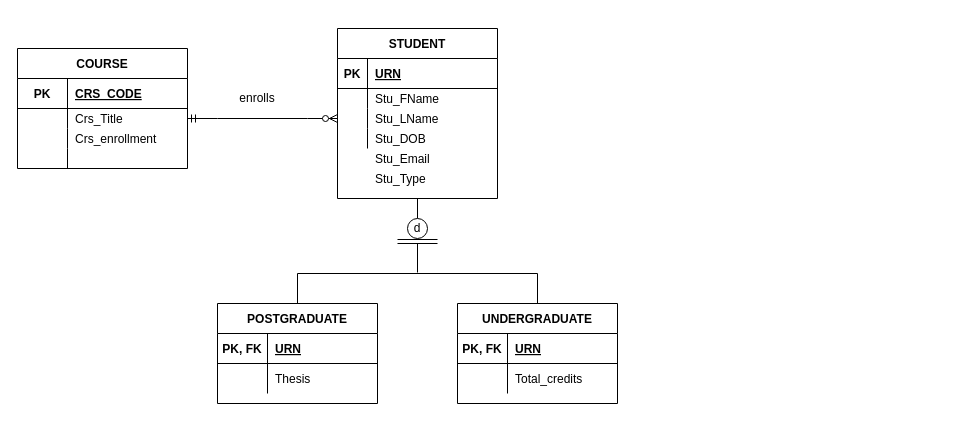
This is coursework-EERD.drawio from Fin-JNINJA/webdatabasechristmas, a draw.io file, before an edit. Source tidied: cells renumbered, new cells numbered last; positions are measured from the earlier drawing's top-left corner, leaving out a move shared by most shapes. Both pictures are drawn from the tidied source at 100%, with x=0, y=0 at pixel (17, 28).
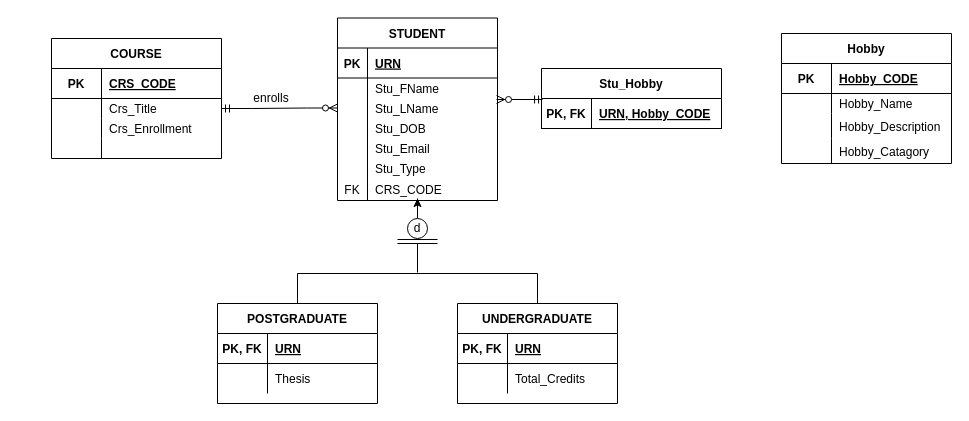
Above is the later version.

The change refers to these unchanged cells:
```xml
<mxCell id="9" style="shape=partialRectangle;fillColor=none;points=[[0,0.5],[1,0.5]];portConstraint=eastwest;top=0;left=0;right=0;bottom=0;" parent="2" vertex="1">
  <mxGeometry y="80" width="160" height="20" as="geometry" />
</mxCell>
<mxCell id="12" style="shape=partialRectangle;fillColor=none;top=0;left=0;right=0;bottom=0;" parent="2" vertex="1">
  <mxGeometry y="100" width="160" height="20" as="geometry" />
</mxCell>
<mxCell id="26" style="shape=partialRectangle;fillColor=none;top=0;left=0;right=0;bottom=0;" parent="22" vertex="1">
  <mxGeometry y="60" width="160" height="30" as="geometry" />
</mxCell>
<mxCell id="49" style="shape=partialRectangle;fillColor=none;top=0;left=0;right=0;bottom=0;" parent="42" vertex="1">
  <mxGeometry y="80" width="170" height="20" as="geometry" />
</mxCell>
```

Change to the diagram source:
```diff
@@
+    <mxCell id="58" style="edgeStyle=orthogonalEdgeStyle;rounded=0;jettySize=auto;html=1;exitX=0.5;exitY=1;exitDx=0;exitDy=0;" parent="1" edge="1" source="2">
+      <mxGeometry relative="1" as="geometry">
+        <mxPoint x="400" y="170" as="targetPoint" />
+      </mxGeometry>
+    </mxCell>
     <mxCell id="2" value="STUDENT" style="shape=table;startSize=30;childLayout=tableLayout;rowLines=0;fontStyle=1;align=center;" parent="1" vertex="1">
-      <mxGeometry x="320" width="160" height="170" as="geometry" />
+      <mxGeometry x="320" y="-10.5" width="160" height="182.5" as="geometry" />
     </mxCell>
@@
-    <mxCell id="14" style="shape=partialRectangle;overflow=hidden;fillColor=none;top=0;left=0;bottom=0;right=0;align=left;spacingLeft=6;" parent="12" vertex="1">
+    <mxCell id="14" value="Stu_DOB" style="shape=partialRectangle;overflow=hidden;fillColor=none;top=0;left=0;bottom=0;right=0;align=left;spacingLeft=6;" parent="12" vertex="1">
       <mxGeometry x="30" width="130" height="20" as="geometry" />
     </mxCell>
+    <mxCell id="59" style="shape=partialRectangle;fillColor=none;top=0;left=0;right=0;bottom=0;" parent="2" vertex="1">
+      <mxGeometry y="120" width="160" height="20" as="geometry" />
+    </mxCell>
+    <mxCell id="60" style="shape=partialRectangle;overflow=hidden;fillColor=none;top=0;left=0;bottom=0;right=0;" parent="59" vertex="1">
+      <mxGeometry width="30" height="20" as="geometry" />
+    </mxCell>
+    <mxCell id="40" value="Stu_Email" style="shape=partialRectangle;overflow=hidden;fillColor=none;top=0;left=0;bottom=0;right=0;align=left;spacingLeft=6;" parent="59" vertex="1">
+      <mxGeometry x="30" width="130" height="20" as="geometry" />
+    </mxCell>
+    <mxCell id="61" style="shape=partialRectangle;fillColor=none;top=0;left=0;right=0;bottom=0;" parent="2" vertex="1">
+      <mxGeometry y="140" width="160" height="21" as="geometry" />
+    </mxCell>
+    <mxCell id="62" style="shape=partialRectangle;overflow=hidden;fillColor=none;top=0;left=0;bottom=0;right=0;" parent="61" vertex="1">
+      <mxGeometry width="30" height="21" as="geometry" />
+    </mxCell>
+    <mxCell id="41" value="Stu_Type" style="shape=partialRectangle;overflow=hidden;fillColor=none;top=0;left=0;bottom=0;right=0;align=left;spacingLeft=6;" parent="61" vertex="1">
+      <mxGeometry x="30" width="130" height="21" as="geometry" />
+    </mxCell>
+    <mxCell id="63" style="shape=partialRectangle;fillColor=none;top=0;left=0;right=0;bottom=0;" parent="2" vertex="1">
+      <mxGeometry y="161" width="160" height="21" as="geometry" />
+    </mxCell>
+    <mxCell id="64" value="FK" style="shape=partialRectangle;overflow=hidden;fillColor=none;top=0;left=0;bottom=0;right=0;" parent="63" vertex="1">
+      <mxGeometry width="30" height="21" as="geometry" />
+    </mxCell>
+    <mxCell id="65" value="CRS_CODE" style="shape=partialRectangle;overflow=hidden;fillColor=none;top=0;left=0;bottom=0;right=0;align=left;spacingLeft=6;" parent="63" vertex="1">
+      <mxGeometry x="30" width="130" height="21" as="geometry" />
+    </mxCell>
@@
-    <mxCell id="28" value="Total_credits" style="shape=partialRectangle;overflow=hidden;fillColor=none;top=0;left=0;bottom=0;right=0;align=left;spacingLeft=6;" parent="26" vertex="1">
+    <mxCell id="28" value="Total_Credits" style="shape=partialRectangle;overflow=hidden;fillColor=none;top=0;left=0;bottom=0;right=0;align=left;spacingLeft=6;" parent="26" vertex="1">
       <mxGeometry x="50" width="110" height="30" as="geometry" />
     </mxCell>
@@
-    <mxCell id="39" value="Stu_DOB" style="shape=partialRectangle;overflow=hidden;fillColor=none;top=0;left=0;bottom=0;right=0;align=left;spacingLeft=6;" parent="1" vertex="1">
-      <mxGeometry x="350" y="100" width="130" height="20" as="geometry" />
-    </mxCell>
-    <mxCell id="40" value="Stu_Email" style="shape=partialRectangle;overflow=hidden;fillColor=none;top=0;left=0;bottom=0;right=0;align=left;spacingLeft=6;" parent="1" vertex="1">
-      <mxGeometry x="350" y="120" width="130" height="20" as="geometry" />
-    </mxCell>
-    <mxCell id="41" value="Stu_Type" style="shape=partialRectangle;overflow=hidden;fillColor=none;top=0;left=0;bottom=0;right=0;align=left;spacingLeft=6;" parent="1" vertex="1">
-      <mxGeometry x="350" y="140" width="130" height="20" as="geometry" />
-    </mxCell>
     <mxCell id="42" value="COURSE" style="shape=table;startSize=30;childLayout=tableLayout;rowLines=0;fontStyle=1;align=center;" parent="1" vertex="1">
-      <mxGeometry y="20" width="170" height="120" as="geometry" />
+      <mxGeometry x="34" y="10" width="170" height="120" as="geometry" />
     </mxCell>
@@
-    <mxCell id="51" value="Crs_enrollment" style="shape=partialRectangle;overflow=hidden;fillColor=none;top=0;left=0;bottom=0;right=0;align=left;spacingLeft=6;" parent="49" vertex="1">
+    <mxCell id="51" value="Crs_Enrollment" style="shape=partialRectangle;overflow=hidden;fillColor=none;top=0;left=0;bottom=0;right=0;align=left;spacingLeft=6;" parent="49" vertex="1">
       <mxGeometry x="50" width="120" height="20" as="geometry" />
     </mxCell>
@@
     <mxCell id="55" value="enrolls" style="text;html=1;strokeColor=none;fillColor=none;align=center;verticalAlign=middle;whiteSpace=wrap;rounded=0;" parent="1" vertex="1">
-      <mxGeometry x="220" y="60" width="40" height="20" as="geometry" />
+      <mxGeometry x="234" y="60" width="40" height="20" as="geometry" />
     </mxCell>
@@
+    <mxCell id="66" value="Hobby" style="shape=table;startSize=30;childLayout=tableLayout;rowLines=0;fontStyle=1;align=center;" parent="1" vertex="1">
+      <mxGeometry x="764" y="5" width="170" height="130" as="geometry" />
+    </mxCell>
+    <mxCell id="67" style="shape=partialRectangle;fillColor=none;top=0;left=0;right=0;bottom=1;" parent="66" vertex="1">
+      <mxGeometry y="30" width="170" height="30" as="geometry" />
+    </mxCell>
+    <mxCell id="68" value="PK" style="shape=partialRectangle;overflow=hidden;fillColor=none;top=0;left=0;bottom=0;right=0;fontStyle=1;" parent="67" vertex="1">
+      <mxGeometry width="50" height="30" as="geometry" />
+    </mxCell>
+    <mxCell id="69" value="Hobby_CODE" style="shape=partialRectangle;overflow=hidden;fillColor=none;top=0;left=0;bottom=0;right=0;align=left;spacingLeft=6;fontStyle=5;" parent="67" vertex="1">
+      <mxGeometry x="50" width="120" height="30" as="geometry" />
+    </mxCell>
+    <mxCell id="70" style="shape=partialRectangle;fillColor=none;top=0;left=0;right=0;bottom=0;" parent="66" vertex="1">
+      <mxGeometry y="60" width="170" height="20" as="geometry" />
+    </mxCell>
+    <mxCell id="71" style="shape=partialRectangle;overflow=hidden;fillColor=none;top=0;left=0;bottom=0;right=0;" parent="70" vertex="1">
+      <mxGeometry width="50" height="20" as="geometry" />
+    </mxCell>
+    <mxCell id="72" value="Hobby_Name" style="shape=partialRectangle;overflow=hidden;fillColor=none;top=0;left=0;bottom=0;right=0;align=left;spacingLeft=6;" parent="70" vertex="1">
+      <mxGeometry x="50" width="120" height="20" as="geometry" />
+    </mxCell>
+    <mxCell id="73" style="shape=partialRectangle;fillColor=none;top=0;left=0;right=0;bottom=0;" parent="66" vertex="1">
+      <mxGeometry y="80" width="170" height="25" as="geometry" />
+    </mxCell>
+    <mxCell id="74" style="shape=partialRectangle;overflow=hidden;fillColor=none;top=0;left=0;bottom=0;right=0;" parent="73" vertex="1">
+      <mxGeometry width="50" height="25" as="geometry" />
+    </mxCell>
+    <mxCell id="75" value="Hobby_Description" style="shape=partialRectangle;overflow=hidden;fillColor=none;top=0;left=0;bottom=0;right=0;align=left;spacingLeft=6;" parent="73" vertex="1">
+      <mxGeometry x="50" width="120" height="25" as="geometry" />
+    </mxCell>
+    <mxCell id="76" style="shape=partialRectangle;fillColor=none;top=0;left=0;right=0;bottom=0;" parent="66" vertex="1">
+      <mxGeometry y="105" width="170" height="25" as="geometry" />
+    </mxCell>
+    <mxCell id="77" style="shape=partialRectangle;overflow=hidden;fillColor=none;top=0;left=0;bottom=0;right=0;" parent="76" vertex="1">
+      <mxGeometry width="50" height="25" as="geometry" />
+    </mxCell>
+    <mxCell id="78" value="Hobby_Catagory" style="shape=partialRectangle;overflow=hidden;fillColor=none;top=0;left=0;bottom=0;right=0;align=left;spacingLeft=6;" parent="76" vertex="1">
+      <mxGeometry x="50" width="120" height="25" as="geometry" />
+    </mxCell>
+    <mxCell id="79" value="Stu_Hobby" style="shape=table;startSize=30;childLayout=tableLayout;rowLines=0;fontStyle=1;align=center;" parent="1" vertex="1">
+      <mxGeometry x="524" y="40" width="180" height="60" as="geometry" />
+    </mxCell>
+    <mxCell id="80" style="shape=partialRectangle;fillColor=none;points=[[0,0.5],[1,0.5]];portConstraint=eastwest;top=0;left=0;right=0;bottom=1;" parent="79" vertex="1">
+      <mxGeometry y="30" width="180" height="30" as="geometry" />
+    </mxCell>
+    <mxCell id="81" value="PK, FK" style="shape=partialRectangle;overflow=hidden;fillColor=none;top=0;left=0;bottom=0;right=0;fontStyle=1;" parent="80" vertex="1">
+      <mxGeometry width="50" height="30" as="geometry" />
+    </mxCell>
+    <mxCell id="82" value="URN, Hobby_CODE" style="shape=partialRectangle;overflow=hidden;fillColor=none;top=0;left=0;bottom=0;right=0;align=left;spacingLeft=6;fontStyle=5;" parent="80" vertex="1">
+      <mxGeometry x="50" width="130" height="30" as="geometry" />
+    </mxCell>
+    <mxCell id="83" style="edgeStyle=entityRelationEdgeStyle;fontSize=12;html=1;endArrow=ERzeroToMany;startArrow=ERmandOne;rounded=0;exitX=0.006;exitY=0.033;exitDx=0;exitDy=0;exitPerimeter=0;entryX=0.994;entryY=0.075;entryDx=0;entryDy=0;entryPerimeter=0;" parent="1" edge="1" source="80" target="9">
+      <mxGeometry relative="1" as="geometry" />
+    </mxCell>
```
